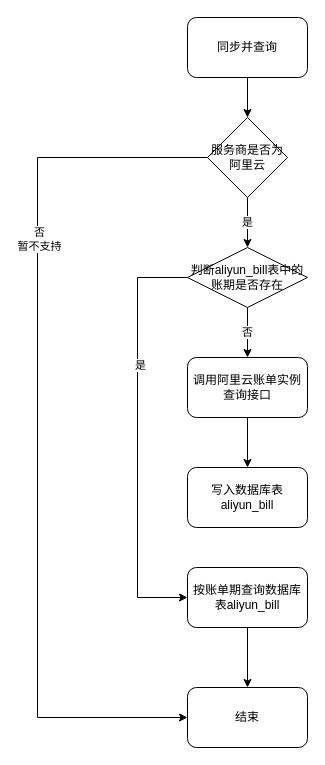
Earlier version of the draw.io diagram page "账单查询" (8 of 9) of 阿里云交易.drawio (mashifei/uml). Source tidied: cells renumbered, new cells numbered last; positions are measured from the earlier drawing's top-left corner, leaving out a move shared by most shapes. Both pictures are drawn from the tidied source at 100%, with x=0, y=0 at pixel (37, 17).
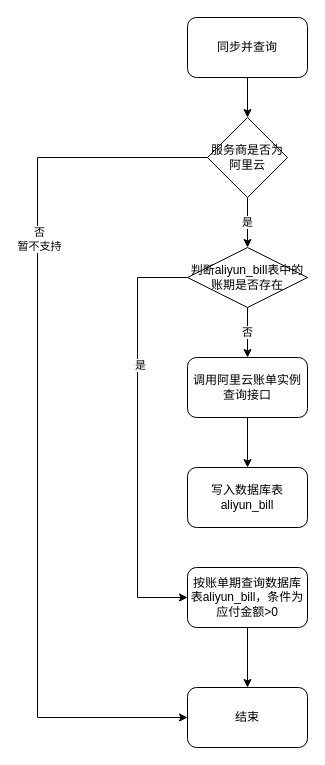
Above is the later version.

What changed in the source:
```diff
@@
-    <mxCell id="16" value="按账单期查询数据库表aliyun_bill" style="rounded=1;whiteSpace=wrap;html=1;" parent="1" vertex="1">
+    <mxCell id="16" value="按账单期查询数据库表aliyun_bill，条件为应付金额&amp;gt;0" style="rounded=1;whiteSpace=wrap;html=1;" parent="1" vertex="1">
       <mxGeometry x="150" y="550" width="120" height="60" as="geometry" />
     </mxCell>
```
